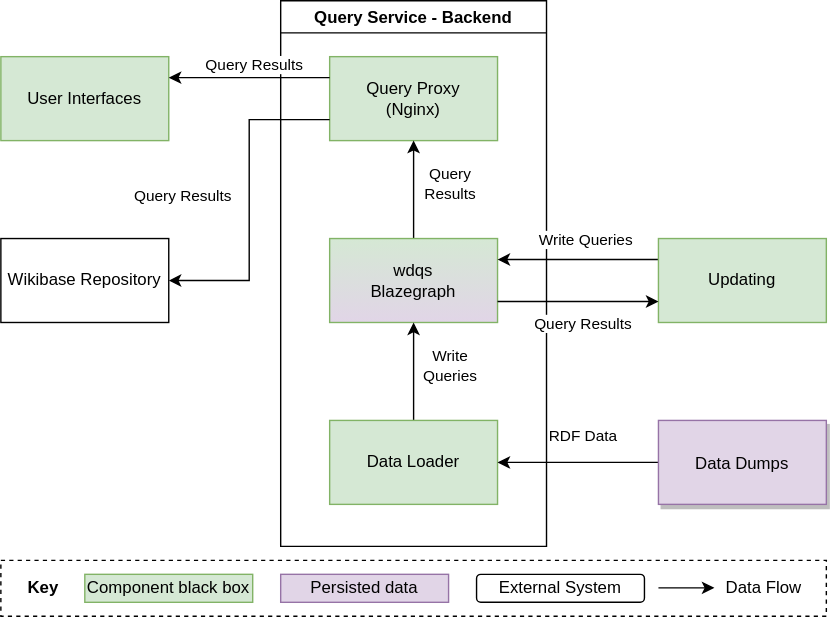
Before: systems/Query/diagrams/05-01-backend.drawio.svg, a diagram exported from draw.io (wmde/wikidata-wikibase-architecture). Source tidied: cells renumbered, new cells last; positions are measured from the earlier drawing's top-left corner, leaving out a move shared by most shapes.
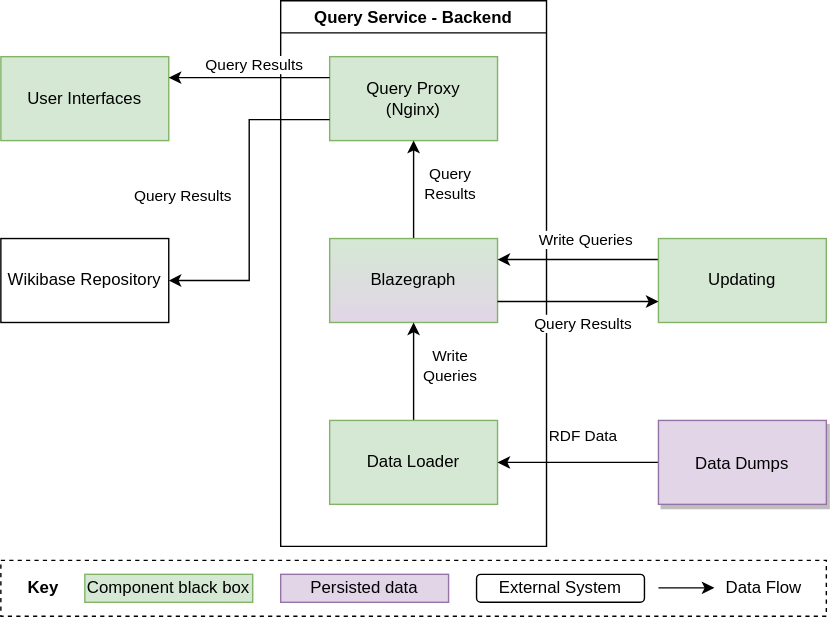
After the commit.

Commit message:
Remove wdqs term

Diff of the diagram source:
```diff
@@ -16,7 +16,7 @@
         <mxPoint x="25" y="7" as="offset" />
       </mxGeometry>
     </mxCell>
-    <mxCell id="6" value="wdqs&lt;br&gt;Blazegraph" style="rounded=0;whiteSpace=wrap;html=1;fillColor=#d5e8d4;strokeColor=#82b366;gradientColor=#E1D5E7;" parent="2" vertex="1">
+    <mxCell id="6" value="Blazegraph" style="rounded=0;whiteSpace=wrap;html=1;fillColor=#d5e8d4;strokeColor=#82b366;gradientColor=#E1D5E7;" parent="2" vertex="1">
       <mxGeometry x="35" y="170" width="120" height="60" as="geometry" />
     </mxCell>
     <mxCell id="7" style="edgeStyle=orthogonalEdgeStyle;rounded=0;jettySize=auto;html=1;entryX=0.5;entryY=1;entryDx=0;entryDy=0;" parent="2" edge="1" source="9" target="6">
```
